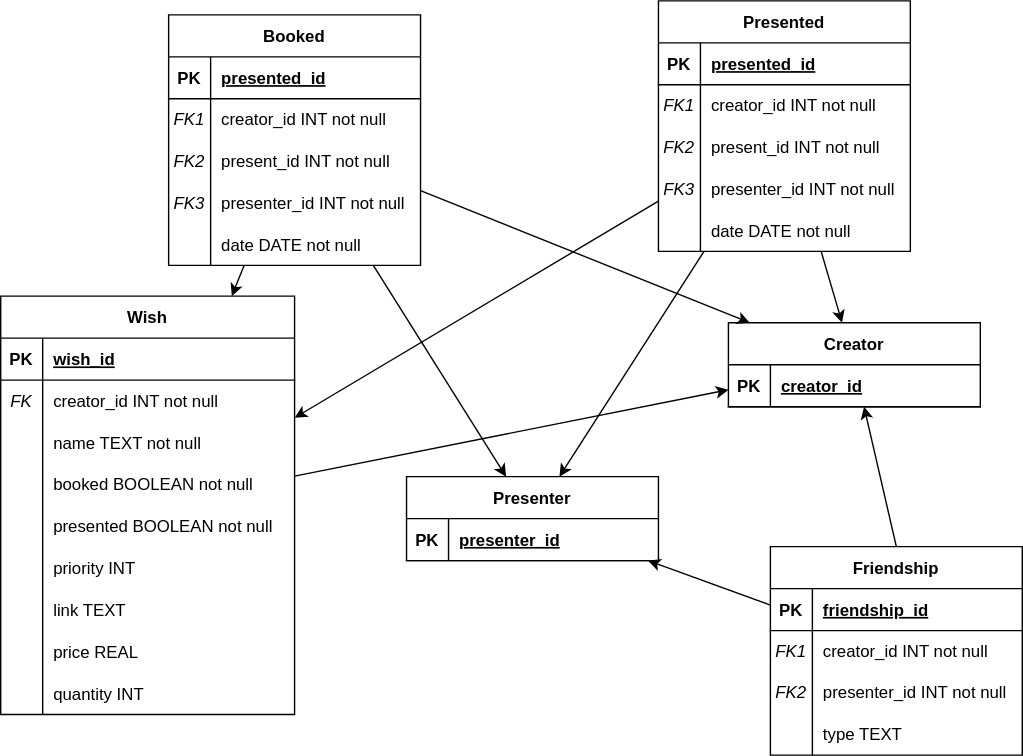
The draw.io diagram db_schema.svg in olegfafurin/lauzhack-2022, before a commit. Source tidied: cells renumbered, new cells last; positions are measured from the earlier drawing's top-left corner, leaving out a move shared by most shapes.
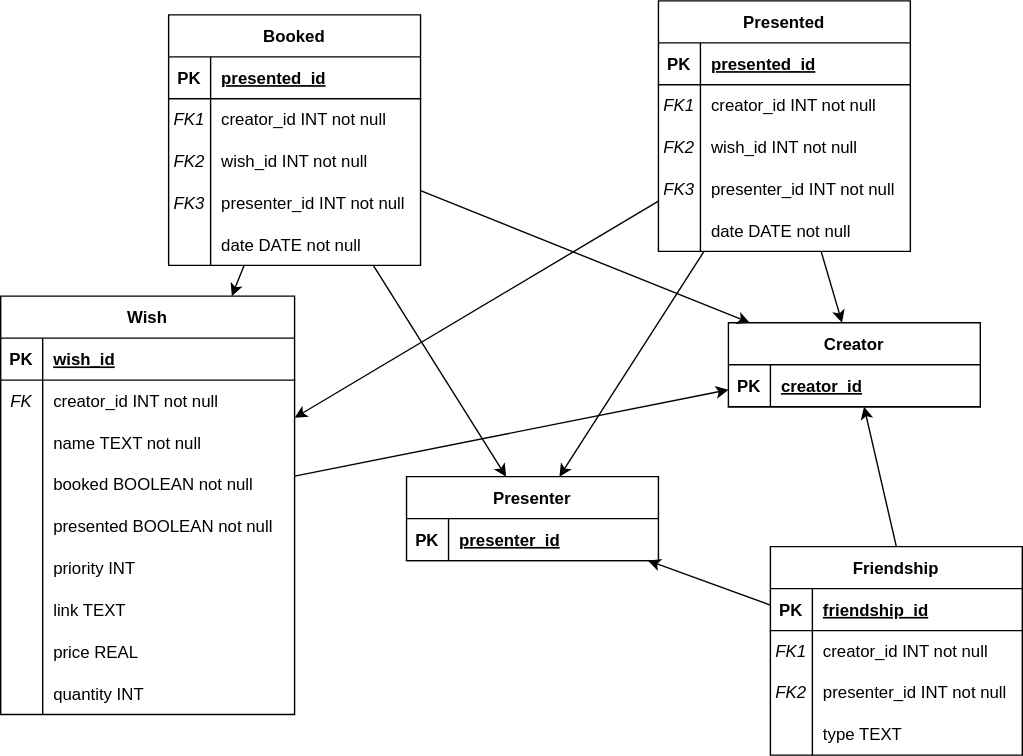
After the change.

Commit message:
present_id -> wish_id

What changed in the source:
```diff
@@ -137,7 +137,7 @@
     <mxCell id="46" value="FK2" style="shape=partialRectangle;fillColor=none;top=0;left=0;bottom=0;right=0;overflow=hidden;fontStyle=2;" parent="45" vertex="1">
       <mxGeometry width="30" height="30" as="geometry" />
     </mxCell>
-    <mxCell id="47" value="present_id INT not null" style="shape=partialRectangle;fillColor=none;top=0;left=0;bottom=0;right=0;align=left;spacingLeft=6;overflow=hidden;" parent="45" vertex="1">
+    <mxCell id="47" value="wish_id INT not null" style="shape=partialRectangle;fillColor=none;top=0;left=0;bottom=0;right=0;align=left;spacingLeft=6;overflow=hidden;" parent="45" vertex="1">
       <mxGeometry x="30" width="150" height="30" as="geometry" />
     </mxCell>
     <mxCell id="48" style="shape=tableRow;horizontal=0;startSize=0;swimlaneHead=0;swimlaneBody=0;fillColor=none;top=0;left=0;right=0;bottom=0;" parent="38" vertex="1">
@@ -239,7 +239,7 @@
     <mxCell id="80" value="FK2" style="shape=partialRectangle;fillColor=none;top=0;left=0;bottom=0;right=0;overflow=hidden;fontStyle=2;" parent="79" vertex="1">
       <mxGeometry width="30" height="30" as="geometry" />
     </mxCell>
-    <mxCell id="81" value="present_id INT not null" style="shape=partialRectangle;fillColor=none;top=0;left=0;bottom=0;right=0;align=left;spacingLeft=6;overflow=hidden;" parent="79" vertex="1">
+    <mxCell id="81" value="wish_id INT not null" style="shape=partialRectangle;fillColor=none;top=0;left=0;bottom=0;right=0;align=left;spacingLeft=6;overflow=hidden;" parent="79" vertex="1">
       <mxGeometry x="30" width="150" height="30" as="geometry" />
     </mxCell>
     <mxCell id="82" style="shape=tableRow;horizontal=0;startSize=0;swimlaneHead=0;swimlaneBody=0;fillColor=none;top=0;left=0;right=0;bottom=0;" parent="72" vertex="1">
```
